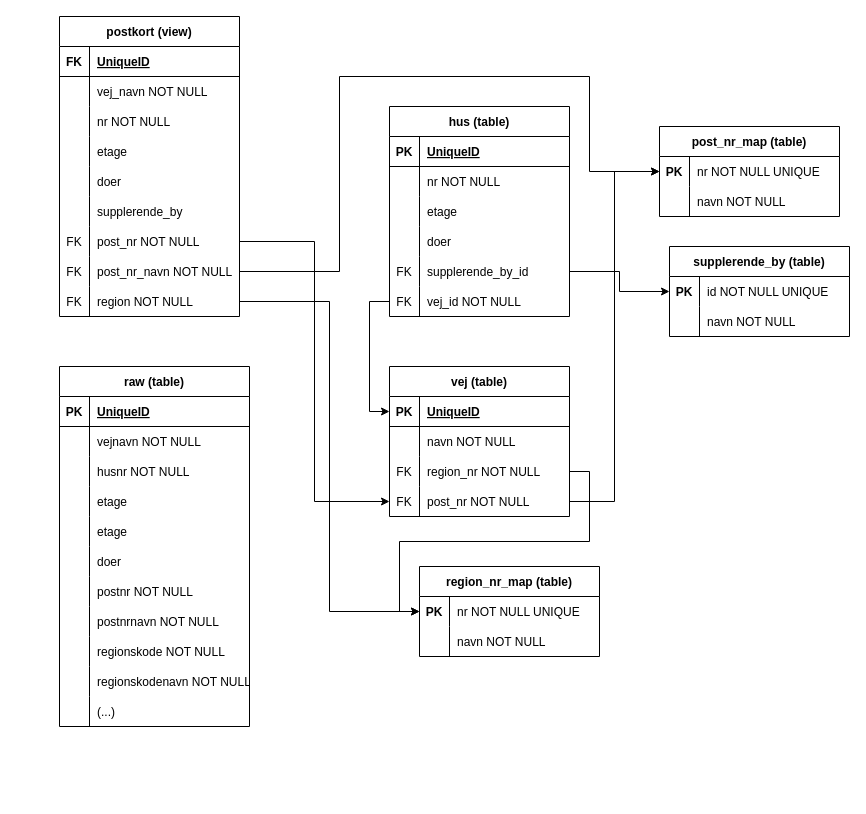
Before: str-opg-01/editable/db_diagram.drawio in camper0008/mysql-h1-practice, a draw.io diagram. Source tidied: cells renumbered, new cells numbered last; positions are measured from the earlier drawing's top-left corner, leaving out a move shared by most shapes. Both pictures are drawn from the tidied source at 100%, with x=0, y=0 at pixel (59, 16).
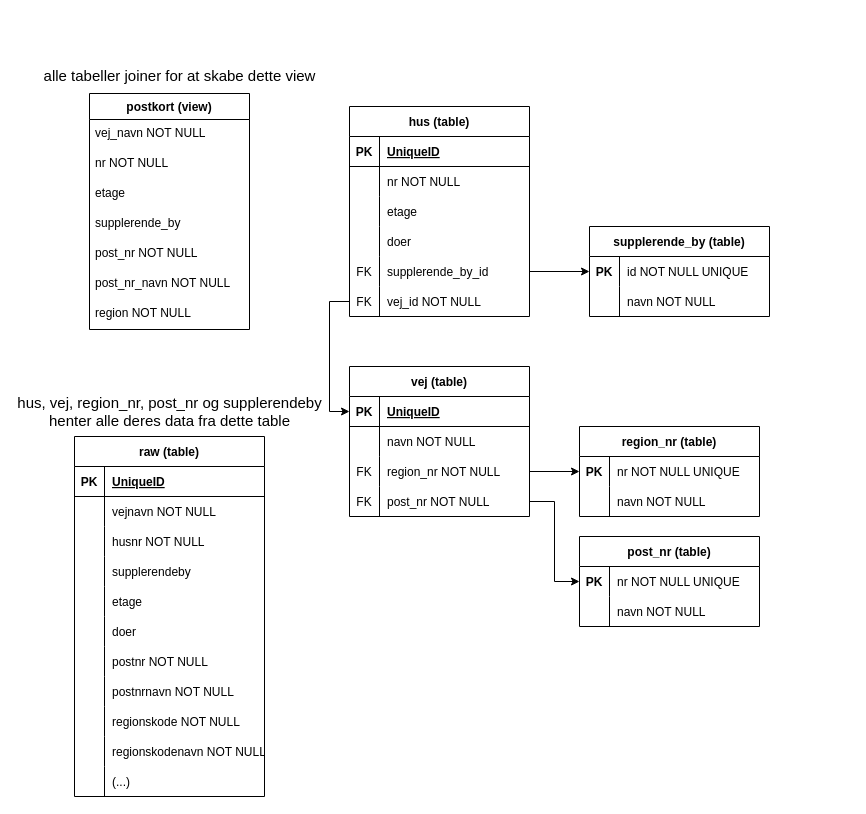
Above is the later version.

The change refers to these unchanged cells:
```xml
<mxCell id="12" style="shape=tableRow;horizontal=0;startSize=0;swimlaneHead=0;swimlaneBody=0;fillColor=none;points=[[0,0.5],[1,0.5]];portConstraint=eastwest;top=0;left=0;right=0;bottom=0;" parent="2" vertex="1">
  <mxGeometry y="120" width="180" height="30" as="geometry" />
</mxCell>
<mxCell id="16" style="shape=tableRow;horizontal=0;startSize=0;swimlaneHead=0;swimlaneBody=0;fillColor=none;points=[[0,0.5],[1,0.5]];portConstraint=eastwest;top=0;left=0;right=0;bottom=0;" parent="15" vertex="1">
  <mxGeometry y="30" width="180" height="30" as="geometry" />
</mxCell>
<mxCell id="51" style="shape=tableRow;horizontal=0;startSize=0;swimlaneHead=0;swimlaneBody=0;fillColor=none;points=[[0,0.5],[1,0.5]];portConstraint=eastwest;top=0;left=0;right=0;bottom=0;" parent="50" vertex="1">
  <mxGeometry y="30" width="180" height="30" as="geometry" />
</mxCell>
<mxCell id="67" style="shape=tableRow;horizontal=0;startSize=0;swimlaneHead=0;swimlaneBody=0;fillColor=none;top=0;left=0;right=0;bottom=0;" parent="57" vertex="1">
  <mxGeometry y="120" width="190" height="30" as="geometry" />
</mxCell>
```

What changed in the source:
```diff
@@
     <mxCell id="2" value="vej (table)" style="shape=table;startSize=30;childLayout=tableLayout;rowLines=0;fontStyle=1;align=center;" parent="1" vertex="1">
-      <mxGeometry x="330" y="350" width="180" height="150" as="geometry" />
+      <mxGeometry x="290" y="350" width="180" height="150" as="geometry" />
     </mxCell>
@@
-    <mxCell id="15" value="post_nr_map (table)" style="shape=table;startSize=30;childLayout=tableLayout;rowLines=0;fontStyle=1;align=center;" parent="1" vertex="1">
-      <mxGeometry x="600" y="110" width="180" height="90" as="geometry" />
+    <mxCell id="15" value="post_nr (table)" style="shape=table;startSize=30;childLayout=tableLayout;rowLines=0;fontStyle=1;align=center;" parent="1" vertex="1">
+      <mxGeometry x="520" y="520" width="180" height="90" as="geometry" />
     </mxCell>
@@
-    <mxCell id="22" value="postkort (view)" style="shape=table;startSize=30;childLayout=tableLayout;rowLines=0;fontStyle=1;align=center;" parent="1" vertex="1">
-      <mxGeometry width="180" height="300" as="geometry" />
-    </mxCell>
-    <mxCell id="23" style="shape=tableRow;horizontal=0;startSize=0;swimlaneHead=0;swimlaneBody=0;fillColor=none;top=0;left=0;right=0;bottom=1;" parent="22" vertex="1">
-      <mxGeometry y="30" width="180" height="30" as="geometry" />
-    </mxCell>
-    <mxCell id="24" value="FK" style="shape=partialRectangle;fillColor=none;top=0;left=0;bottom=0;right=0;fontStyle=1;overflow=hidden;" parent="23" vertex="1">
-      <mxGeometry width="30" height="30" as="geometry" />
-    </mxCell>
-    <mxCell id="25" value="UniqueID" style="shape=partialRectangle;fillColor=none;top=0;left=0;bottom=0;right=0;align=left;spacingLeft=6;fontStyle=5;overflow=hidden;" parent="23" vertex="1">
-      <mxGeometry x="30" width="150" height="30" as="geometry" />
-    </mxCell>
-    <mxCell id="26" style="shape=tableRow;horizontal=0;startSize=0;swimlaneHead=0;swimlaneBody=0;fillColor=none;top=0;left=0;right=0;bottom=0;" parent="22" vertex="1">
-      <mxGeometry y="60" width="180" height="30" as="geometry" />
-    </mxCell>
-    <mxCell id="27" style="shape=partialRectangle;fillColor=none;top=0;left=0;bottom=0;right=0;overflow=hidden;" parent="26" vertex="1">
-      <mxGeometry width="30" height="30" as="geometry" />
-    </mxCell>
-    <mxCell id="28" value="vej_navn NOT NULL" style="shape=partialRectangle;fillColor=none;top=0;left=0;bottom=0;right=0;align=left;spacingLeft=6;overflow=hidden;" parent="26" vertex="1">
-      <mxGeometry x="30" width="150" height="30" as="geometry" />
-    </mxCell>
-    <mxCell id="29" style="shape=tableRow;horizontal=0;startSize=0;swimlaneHead=0;swimlaneBody=0;fillColor=none;top=0;left=0;right=0;bottom=0;" parent="22" vertex="1">
-      <mxGeometry y="90" width="180" height="30" as="geometry" />
-    </mxCell>
-    <mxCell id="30" style="shape=partialRectangle;fillColor=none;top=0;left=0;bottom=0;right=0;overflow=hidden;" parent="29" vertex="1">
-      <mxGeometry width="30" height="30" as="geometry" />
-    </mxCell>
-    <mxCell id="31" value="nr NOT NULL" style="shape=partialRectangle;fillColor=none;top=0;left=0;bottom=0;right=0;align=left;spacingLeft=6;overflow=hidden;" parent="29" vertex="1">
-      <mxGeometry x="30" width="150" height="30" as="geometry" />
-    </mxCell>
-    <mxCell id="32" style="shape=tableRow;horizontal=0;startSize=0;swimlaneHead=0;swimlaneBody=0;fillColor=none;top=0;left=0;right=0;bottom=0;" parent="22" vertex="1">
-      <mxGeometry y="120" width="180" height="30" as="geometry" />
-    </mxCell>
-    <mxCell id="33" style="shape=partialRectangle;fillColor=none;top=0;left=0;bottom=0;right=0;overflow=hidden;" parent="32" vertex="1">
-      <mxGeometry width="30" height="30" as="geometry" />
-    </mxCell>
-    <mxCell id="34" value="etage" style="shape=partialRectangle;fillColor=none;top=0;left=0;bottom=0;right=0;align=left;spacingLeft=6;overflow=hidden;" parent="32" vertex="1">
-      <mxGeometry x="30" width="150" height="30" as="geometry" />
-    </mxCell>
-    <mxCell id="35" style="shape=tableRow;horizontal=0;startSize=0;swimlaneHead=0;swimlaneBody=0;fillColor=none;top=0;left=0;right=0;bottom=0;" parent="22" vertex="1">
-      <mxGeometry y="150" width="180" height="30" as="geometry" />
-    </mxCell>
-    <mxCell id="36" style="shape=partialRectangle;fillColor=none;top=0;left=0;bottom=0;right=0;overflow=hidden;" parent="35" vertex="1">
-      <mxGeometry width="30" height="30" as="geometry" />
-    </mxCell>
-    <mxCell id="37" value="doer" style="shape=partialRectangle;fillColor=none;top=0;left=0;bottom=0;right=0;align=left;spacingLeft=6;overflow=hidden;" parent="35" vertex="1">
-      <mxGeometry x="30" width="150" height="30" as="geometry" />
-    </mxCell>
-    <mxCell id="38" style="shape=tableRow;horizontal=0;startSize=0;swimlaneHead=0;swimlaneBody=0;fillColor=none;top=0;left=0;right=0;bottom=0;" parent="22" vertex="1">
-      <mxGeometry y="180" width="180" height="30" as="geometry" />
-    </mxCell>
-    <mxCell id="39" style="shape=partialRectangle;fillColor=none;top=0;left=0;bottom=0;right=0;overflow=hidden;" parent="38" vertex="1">
-      <mxGeometry width="30" height="30" as="geometry" />
-    </mxCell>
-    <mxCell id="40" value="supplerende_by" style="shape=partialRectangle;fillColor=none;top=0;left=0;bottom=0;right=0;align=left;spacingLeft=6;overflow=hidden;" parent="38" vertex="1">
-      <mxGeometry x="30" width="150" height="30" as="geometry" />
-    </mxCell>
-    <mxCell id="41" style="shape=tableRow;horizontal=0;startSize=0;swimlaneHead=0;swimlaneBody=0;fillColor=none;points=[[0,0.5],[1,0.5]];portConstraint=eastwest;top=0;left=0;right=0;bottom=0;" parent="22" vertex="1">
-      <mxGeometry y="210" width="180" height="30" as="geometry" />
-    </mxCell>
-    <mxCell id="42" value="FK" style="shape=partialRectangle;fillColor=none;top=0;left=0;bottom=0;right=0;overflow=hidden;" parent="41" vertex="1">
-      <mxGeometry width="30" height="30" as="geometry" />
-    </mxCell>
-    <mxCell id="43" value="post_nr NOT NULL" style="shape=partialRectangle;fillColor=none;top=0;left=0;bottom=0;right=0;align=left;spacingLeft=6;overflow=hidden;" parent="41" vertex="1">
-      <mxGeometry x="30" width="150" height="30" as="geometry" />
-    </mxCell>
-    <mxCell id="44" style="shape=tableRow;horizontal=0;startSize=0;swimlaneHead=0;swimlaneBody=0;fillColor=none;points=[[0,0.5],[1,0.5]];portConstraint=eastwest;top=0;left=0;right=0;bottom=0;" parent="22" vertex="1">
-      <mxGeometry y="240" width="180" height="30" as="geometry" />
-    </mxCell>
-    <mxCell id="45" value="FK" style="shape=partialRectangle;fillColor=none;top=0;left=0;bottom=0;right=0;overflow=hidden;" parent="44" vertex="1">
-      <mxGeometry width="30" height="30" as="geometry" />
-    </mxCell>
-    <mxCell id="46" value="post_nr_navn NOT NULL" style="shape=partialRectangle;fillColor=none;top=0;left=0;bottom=0;right=0;align=left;spacingLeft=6;overflow=hidden;" parent="44" vertex="1">
-      <mxGeometry x="30" width="150" height="30" as="geometry" />
-    </mxCell>
-    <mxCell id="47" style="shape=tableRow;horizontal=0;startSize=0;swimlaneHead=0;swimlaneBody=0;fillColor=none;points=[[0,0.5],[1,0.5]];portConstraint=eastwest;top=0;left=0;right=0;bottom=0;" parent="22" vertex="1">
-      <mxGeometry y="270" width="180" height="30" as="geometry" />
-    </mxCell>
-    <mxCell id="48" value="FK" style="shape=partialRectangle;fillColor=none;top=0;left=0;bottom=0;right=0;overflow=hidden;" parent="47" vertex="1">
-      <mxGeometry width="30" height="30" as="geometry" />
-    </mxCell>
-    <mxCell id="49" value="region NOT NULL" style="shape=partialRectangle;fillColor=none;top=0;left=0;bottom=0;right=0;align=left;spacingLeft=6;overflow=hidden;" parent="47" vertex="1">
-      <mxGeometry x="30" width="150" height="30" as="geometry" />
-    </mxCell>
-    <mxCell id="50" value="region_nr_map (table)" style="shape=table;startSize=30;childLayout=tableLayout;rowLines=0;fontStyle=1;align=center;" parent="1" vertex="1">
-      <mxGeometry x="360" y="550" width="180" height="90" as="geometry" />
+    <mxCell id="50" value="region_nr (table)" style="shape=table;startSize=30;childLayout=tableLayout;rowLines=0;fontStyle=1;align=center;" parent="1" vertex="1">
+      <mxGeometry x="520" y="410" width="180" height="90" as="geometry" />
     </mxCell>
@@
     <mxCell id="57" value="raw (table)" style="shape=table;startSize=30;childLayout=tableLayout;rowLines=0;fontStyle=1;align=center;" parent="1" vertex="1">
-      <mxGeometry y="350" width="190" height="360" as="geometry" />
+      <mxGeometry x="15" y="420" width="190" height="360" as="geometry" />
     </mxCell>
@@
-    <mxCell id="69" value="etage" style="shape=partialRectangle;fillColor=none;top=0;left=0;bottom=0;right=0;align=left;spacingLeft=6;overflow=hidden;" parent="67" vertex="1">
+    <mxCell id="69" value="supplerendeby" style="shape=partialRectangle;fillColor=none;top=0;left=0;bottom=0;right=0;align=left;spacingLeft=6;overflow=hidden;" parent="67" vertex="1">
       <mxGeometry x="30" width="160" height="30" as="geometry" />
     </mxCell>
@@
     <mxCell id="92" value="hus (table)" style="shape=table;startSize=30;childLayout=tableLayout;rowLines=0;fontStyle=1;align=center;" parent="1" vertex="1">
-      <mxGeometry x="330" y="90" width="180" height="210" as="geometry" />
+      <mxGeometry x="290" y="90" width="180" height="210" as="geometry" />
     </mxCell>
@@
-    <mxCell id="113" style="edgeStyle=orthogonalEdgeStyle;rounded=0;jettySize=auto;html=1;" parent="1" edge="1" source="47" target="51">
-      <mxGeometry relative="1" as="geometry" />
-    </mxCell>
-    <mxCell id="114" style="edgeStyle=orthogonalEdgeStyle;rounded=0;jettySize=auto;html=1;entryX=0;entryY=0.5;entryDx=0;entryDy=0;" parent="1" edge="1" source="41">
-      <mxGeometry relative="1" as="geometry">
-        <Array as="points">
-          <mxPoint x="290" y="225" />
-          <mxPoint x="290" y="285" />
-        </Array>
-      </mxGeometry>
-    </mxCell>
     <mxCell id="115" value="supplerende_by (table)" style="shape=table;startSize=30;childLayout=tableLayout;rowLines=0;fontStyle=1;align=center;" parent="1" vertex="1">
-      <mxGeometry x="610" y="230" width="180" height="90" as="geometry" />
+      <mxGeometry x="530" y="210" width="180" height="90" as="geometry" />
     </mxCell>
@@
-    <mxCell id="124" style="edgeStyle=orthogonalEdgeStyle;rounded=0;jettySize=auto;html=1;entryX=0;entryY=0.5;entryDx=0;entryDy=0;" parent="1" edge="1" source="41" target="12">
-      <mxGeometry relative="1" as="geometry" />
-    </mxCell>
-    <mxCell id="125" style="edgeStyle=orthogonalEdgeStyle;rounded=0;jettySize=auto;html=1;exitX=1;exitY=0.5;exitDx=0;exitDy=0;entryX=0;entryY=0.5;entryDx=0;entryDy=0;" parent="1" edge="1" source="44" target="16">
-      <mxGeometry relative="1" as="geometry">
-        <Array as="points">
-          <mxPoint x="280" y="255" />
-          <mxPoint x="280" y="60" />
-          <mxPoint x="530" y="60" />
-          <mxPoint x="530" y="155" />
-        </Array>
-      </mxGeometry>
-    </mxCell>
+    <mxCell id="126" value="&lt;div style=&quot;font-size: 15px;&quot;&gt;&lt;font style=&quot;font-size: 15px;&quot;&gt;hus, vej, region_nr, post_nr og supplerendeby&lt;/font&gt;&lt;/div&gt;&lt;div style=&quot;font-size: 15px;&quot;&gt;&lt;font style=&quot;font-size: 15px;&quot;&gt;henter alle deres data fra dette table&lt;br&gt;&lt;/font&gt;&lt;/div&gt;" style="text;html=1;align=center;verticalAlign=middle;strokeColor=none;fillColor=none;" parent="1" vertex="1">
+      <mxGeometry x="-30" y="380" width="280" height="30" as="geometry" />
+    </mxCell>
+    <mxCell id="22" value="postkort (view)" style="swimlane;fontStyle=1;horizontal=1;startSize=26;align=center;fontSize=12;" parent="1" vertex="1">
+      <mxGeometry x="30" y="77" width="160" height="236" as="geometry" />
+    </mxCell>
+    <mxCell id="28" value="vej_navn NOT NULL" style="text;strokeColor=none;fillColor=none;spacingLeft=4;spacingRight=4;overflow=hidden;fontSize=12;" parent="22" vertex="1">
+      <mxGeometry y="26" width="160" height="30" as="geometry" />
+    </mxCell>
+    <mxCell id="31" value="nr NOT NULL" style="text;strokeColor=none;fillColor=none;spacingLeft=4;spacingRight=4;overflow=hidden;fontSize=12;" parent="22" vertex="1">
+      <mxGeometry y="56" width="160" height="30" as="geometry" />
+    </mxCell>
+    <mxCell id="34" value="etage" style="text;strokeColor=none;fillColor=none;spacingLeft=4;spacingRight=4;overflow=hidden;fontSize=12;" parent="22" vertex="1">
+      <mxGeometry y="86" width="160" height="30" as="geometry" />
+    </mxCell>
+    <mxCell id="40" value="supplerende_by" style="text;strokeColor=none;fillColor=none;spacingLeft=4;spacingRight=4;overflow=hidden;fontSize=12;" parent="22" vertex="1">
+      <mxGeometry y="116" width="160" height="30" as="geometry" />
+    </mxCell>
+    <mxCell id="43" value="post_nr NOT NULL" style="text;strokeColor=none;fillColor=none;spacingLeft=4;spacingRight=4;overflow=hidden;fontSize=12;" parent="22" vertex="1">
+      <mxGeometry y="146" width="160" height="30" as="geometry" />
+    </mxCell>
+    <mxCell id="46" value="post_nr_navn NOT NULL" style="text;strokeColor=none;fillColor=none;spacingLeft=4;spacingRight=4;overflow=hidden;fontSize=12;" parent="22" vertex="1">
+      <mxGeometry y="176" width="160" height="30" as="geometry" />
+    </mxCell>
+    <mxCell id="49" value="region NOT NULL" style="text;strokeColor=none;fillColor=none;spacingLeft=4;spacingRight=4;overflow=hidden;fontSize=12;" parent="22" vertex="1">
+      <mxGeometry y="206" width="160" height="30" as="geometry" />
+    </mxCell>
+    <mxCell id="127" value="&lt;font style=&quot;font-size: 15px;&quot;&gt;alle tabeller joiner for at skabe dette view &lt;/font&gt;" style="text;html=1;align=center;verticalAlign=middle;strokeColor=none;fillColor=none;fontSize=12;" parent="1" vertex="1">
+      <mxGeometry x="-10" y="49" width="260" height="20" as="geometry" />
+    </mxCell>
```
